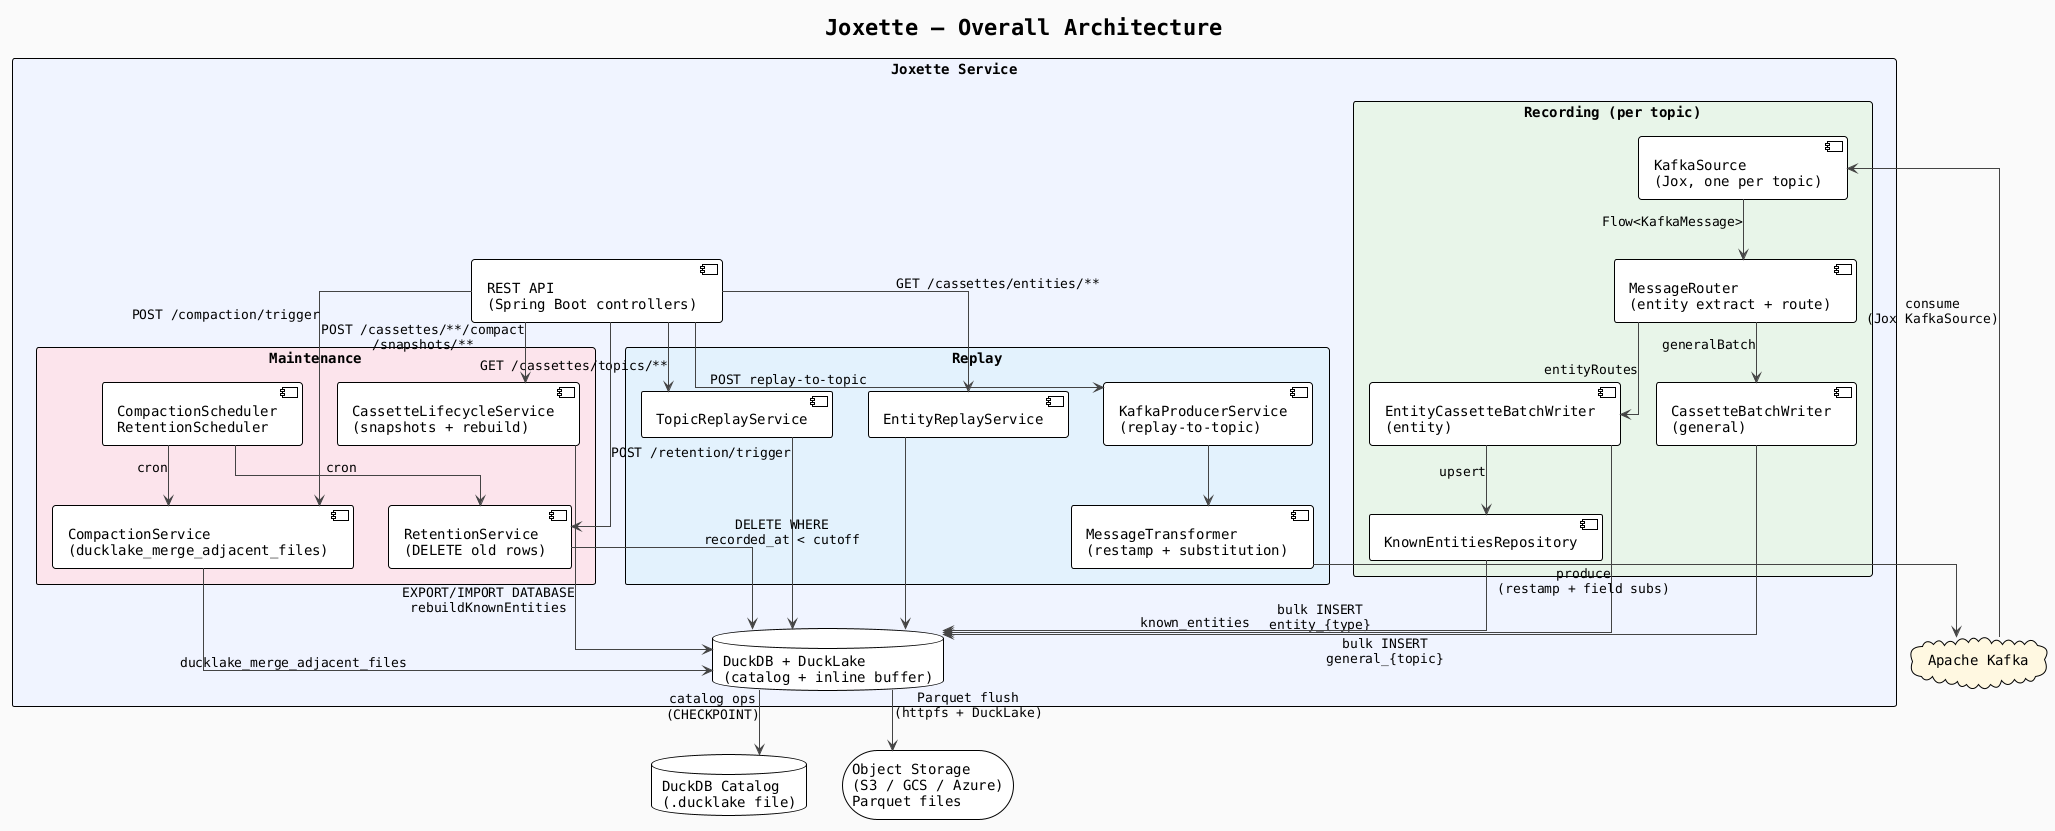
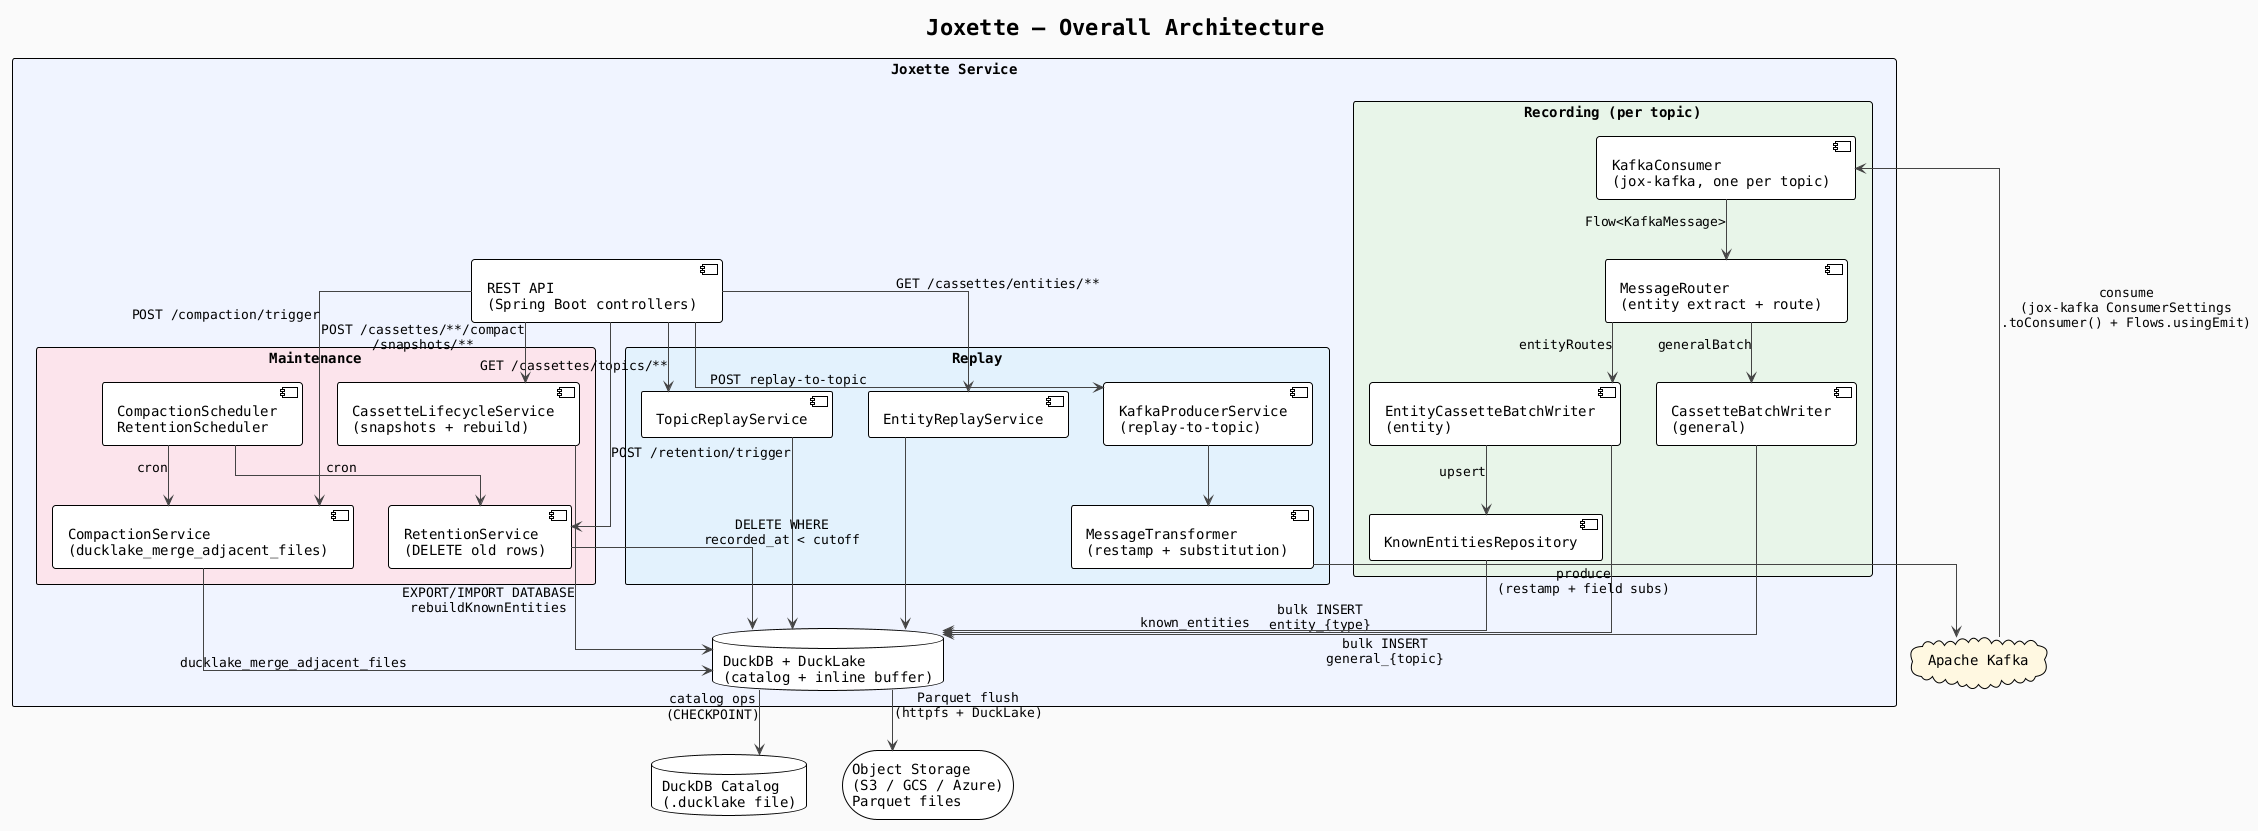
@startuml architecture
!theme plain
skinparam linetype ortho
skinparam backgroundColor #FAFAFA
skinparam defaultFontName monospaced
skinparam ArrowColor #444444

title Joxette — Overall Architecture

cloud "Apache Kafka" as kafka #fff8e1

rectangle "Joxette Service" as joxette #f0f4ff {

  rectangle "Recording (per topic)" as recording #e8f5e9 {
-     component [KafkaSource\n(Jox, one per topic)] as consumer
+     component [KafkaConsumer\n(jox-kafka, one per topic)] as consumer
    component [MessageRouter\n(entity extract + route)] as router
    component [CassetteBatchWriter\n(general)] as generalWriter
    component [EntityCassetteBatchWriter\n(entity)] as entityWriter
    component [KnownEntitiesRepository] as knownEntities
  }

  rectangle "Replay" as replayBox #e3f2fd {
    component [TopicReplayService] as topicReplay
    component [EntityReplayService] as entityReplay
    component [KafkaProducerService\n(replay-to-topic)] as producer
    component [MessageTransformer\n(restamp + substitution)] as transformer
  }

  rectangle "Maintenance" as maintenance #fce4ec {
    component [CompactionService\n(ducklake_merge_adjacent_files)] as compaction
    component [RetentionService\n(DELETE old rows)] as retention
    component [CassetteLifecycleService\n(snapshots + rebuild)] as lifecycle
    component [CompactionScheduler\nRetentionScheduler] as schedulers
  }

  component [REST API\n(Spring Boot controllers)] as api

  database "DuckDB + DuckLake\n(catalog + inline buffer)" as duckdb
}

database "DuckDB Catalog\n(.ducklake file)" as catalog
storage "Object Storage\n(S3 / GCS / Azure)\nParquet files" as s3

- kafka         --> consumer      : consume\n(Jox KafkaSource)
+ kafka         --> consumer      : consume\n(jox-kafka ConsumerSettings\n.toConsumer() + Flows.usingEmit)
consumer      --> router        : Flow<KafkaMessage>
router        --> generalWriter : generalBatch
router        --> entityWriter  : entityRoutes
generalWriter --> duckdb        : bulk INSERT\ngeneral_{topic}
entityWriter  --> duckdb        : bulk INSERT\nentity_{type}
entityWriter  --> knownEntities : upsert
knownEntities --> duckdb        : known_entities

api --> topicReplay    : GET /cassettes/topics/**
api --> entityReplay   : GET /cassettes/entities/**
api --> producer       : POST replay-to-topic
api --> compaction     : POST /compaction/trigger
api --> lifecycle      : POST /cassettes/**/compact\n/snapshots/**
api --> retention      : POST /retention/trigger

topicReplay   --> duckdb
entityReplay  --> duckdb
producer      --> transformer
transformer   --> kafka : produce\n(restamp + field subs)

schedulers --> compaction : cron
schedulers --> retention  : cron

compaction --> duckdb : ducklake_merge_adjacent_files
retention  --> duckdb : DELETE WHERE\nrecorded_at < cutoff
lifecycle  --> duckdb : EXPORT/IMPORT DATABASE\nrebuildKnownEntities

duckdb --> catalog : catalog ops\n(CHECKPOINT)
duckdb --> s3      : Parquet flush\n(httpfs + DuckLake)

@enduml
